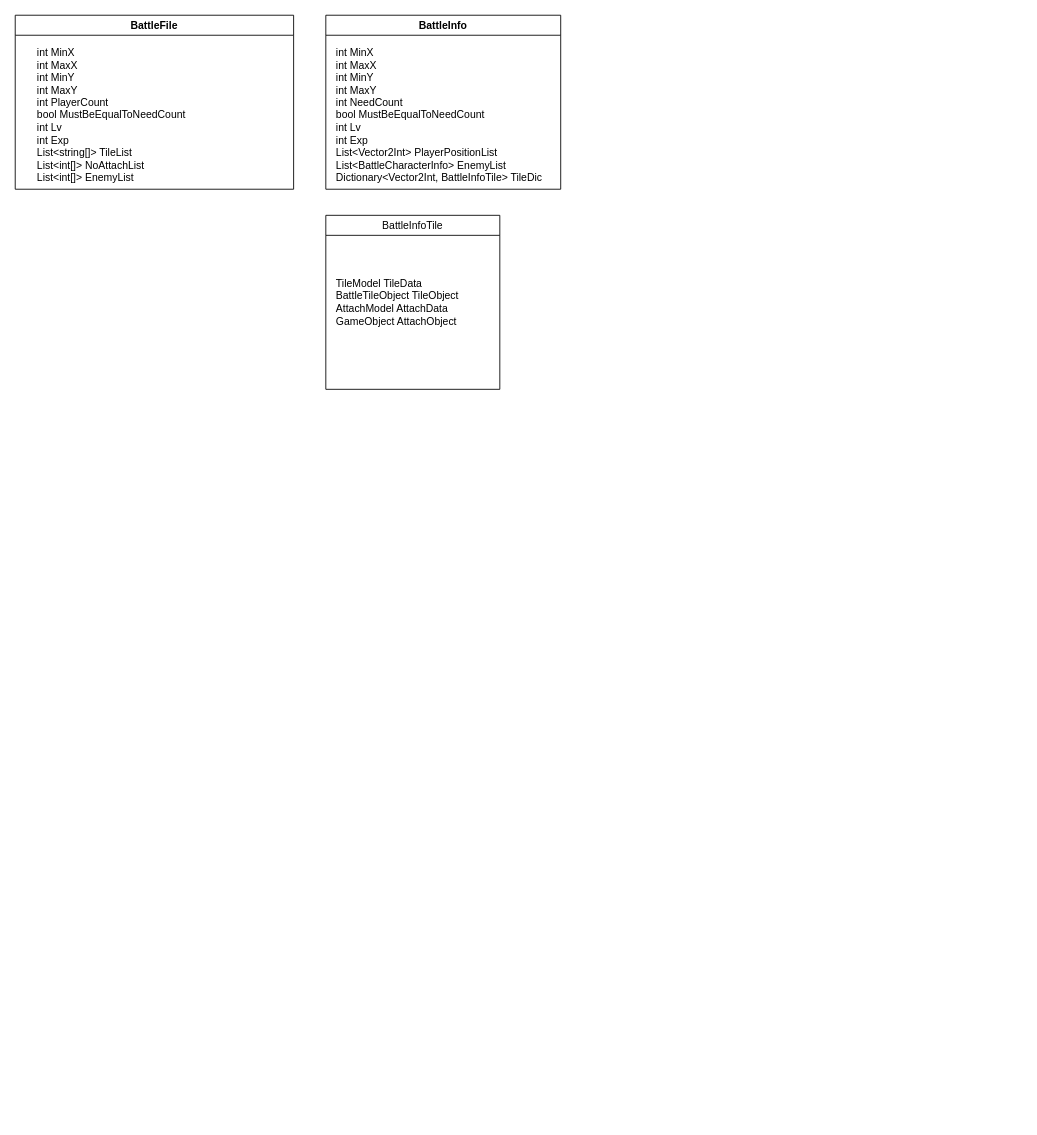
Earlier version of the draw.io diagram Excel/Battle.drawio (a710594/Touhou-Tactics). Source tidied: cells renumbered, new cells numbered last; positions are measured from the earlier drawing's top-left corner, leaving out a move shared by most shapes. Both pictures are drawn from the tidied source at 87%, with x=0, y=0 at pixel (15, 15).
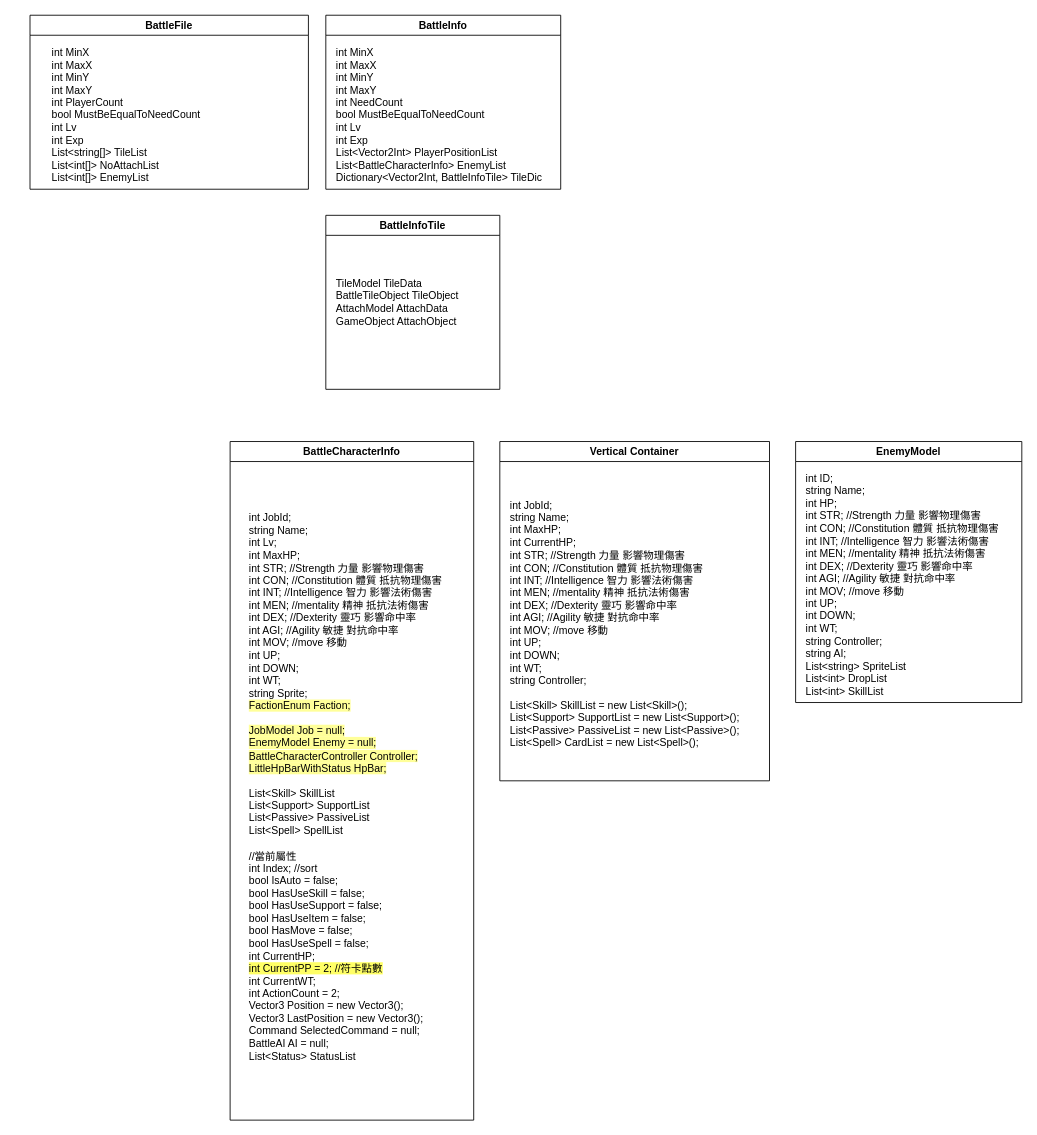
The same page after the edit.

Change to the diagram source:
```diff
@@
 <mxGraphModel>
   <root>
     <mxCell id="0" />
     <mxCell id="1" parent="0" />
     <mxCell id="2" value="BattleFile" style="swimlane;whiteSpace=wrap;html=1;" parent="1" vertex="1">
-      <mxGeometry width="320" height="200" as="geometry" />
+      <mxGeometry x="17" width="320" height="200" as="geometry" />
     </mxCell>
     <mxCell id="3" value="&lt;div&gt;&amp;nbsp; &amp;nbsp; int MinX&lt;/div&gt;&lt;div&gt;&amp;nbsp; &amp;nbsp; int MaxX&lt;/div&gt;&lt;div&gt;&amp;nbsp; &amp;nbsp; int MinY&lt;/div&gt;&lt;div&gt;&amp;nbsp; &amp;nbsp; int MaxY&lt;/div&gt;&lt;div&gt;&amp;nbsp; &amp;nbsp; int PlayerCount&lt;/div&gt;&lt;div&gt;&amp;nbsp; &amp;nbsp; bool MustBeEqualToNeedCount&lt;/div&gt;&lt;div&gt;&amp;nbsp; &amp;nbsp; int Lv&lt;/div&gt;&lt;div&gt;&amp;nbsp; &amp;nbsp; int Exp&lt;/div&gt;&lt;div&gt;&amp;nbsp; &amp;nbsp; List&amp;lt;string[]&amp;gt; TileList&lt;/div&gt;&lt;div&gt;&amp;nbsp; &amp;nbsp; List&amp;lt;int[]&amp;gt; NoAttachList&lt;/div&gt;&lt;div&gt;&amp;nbsp; &amp;nbsp; List&amp;lt;int[]&amp;gt; EnemyList&lt;/div&gt;" style="text;html=1;align=left;verticalAlign=middle;strokeColor=none;fillColor=none;fontFamily=Helvetica;fontSize=12;fontColor=default;fontStyle=0;" parent="2" vertex="1">
       <mxGeometry x="10" y="30" width="210" height="170" as="geometry" />
     </mxCell>
     <mxCell id="4" value="BattleInfo" style="swimlane;whiteSpace=wrap;html=1;strokeColor=default;align=center;verticalAlign=middle;fillColor=default;" parent="1" vertex="1">
       <mxGeometry x="357" width="270" height="200" as="geometry" />
     </mxCell>
     <mxCell id="5" value="&lt;div&gt;int MinX&lt;/div&gt;&lt;div&gt;int MaxX&lt;/div&gt;&lt;div&gt;int MinY&lt;/div&gt;&lt;div&gt;int MaxY&lt;/div&gt;&lt;div&gt;int NeedCount&lt;/div&gt;&lt;div&gt;bool MustBeEqualToNeedCount&lt;/div&gt;&lt;div&gt;int Lv&lt;/div&gt;&lt;div&gt;int Exp&lt;/div&gt;&lt;div&gt;List&amp;lt;Vector2Int&amp;gt; PlayerPositionList&lt;/div&gt;&lt;div&gt;List&amp;lt;BattleCharacterInfo&amp;gt; EnemyList&lt;/div&gt;&lt;div&gt;Dictionary&amp;lt;Vector2Int, BattleInfoTile&amp;gt; TileDic&lt;/div&gt;" style="text;html=1;align=left;verticalAlign=middle;strokeColor=none;fillColor=none;fontFamily=Helvetica;fontSize=12;fontColor=default;fontStyle=0;" parent="4" vertex="1">
       <mxGeometry x="10" y="30" width="260" height="170" as="geometry" />
     </mxCell>
-    <mxCell id="6" value="&lt;span style=&quot;font-weight: 400; text-align: left; text-wrap: nowrap;&quot;&gt;BattleInfoTile&lt;/span&gt;" style="swimlane;whiteSpace=wrap;html=1;strokeColor=default;align=center;verticalAlign=middle;fontFamily=Helvetica;fontSize=12;fontColor=default;fontStyle=1;fillColor=default;" parent="1" vertex="1">
+    <mxCell id="6" value="&lt;span style=&quot;text-align: left; text-wrap: nowrap;&quot;&gt;&lt;b&gt;BattleInfoTile&lt;/b&gt;&lt;/span&gt;" style="swimlane;whiteSpace=wrap;html=1;strokeColor=default;align=center;verticalAlign=middle;fontFamily=Helvetica;fontSize=12;fontColor=default;fontStyle=0;fillColor=default;" parent="1" vertex="1">
       <mxGeometry x="357" y="230" width="200" height="200" as="geometry" />
     </mxCell>
     <mxCell id="7" value="&lt;div&gt;&lt;span style=&quot;background-color: initial;&quot;&gt;TileModel TileData&lt;/span&gt;&lt;br&gt;&lt;/div&gt;&lt;div&gt;BattleTileObject TileObject&lt;/div&gt;&lt;div&gt;AttachModel AttachData&lt;/div&gt;&lt;div&gt;GameObject AttachObject&lt;/div&gt;" style="text;html=1;align=left;verticalAlign=middle;strokeColor=none;fillColor=none;fontFamily=Helvetica;fontSize=12;fontColor=default;fontStyle=0;" parent="6" vertex="1">
       <mxGeometry x="10" y="65" width="160" height="70" as="geometry" />
     </mxCell>
+    <mxCell id="8" value="&lt;span style=&quot;text-wrap: nowrap;&quot;&gt;BattleCharacterInfo&lt;/span&gt;" style="swimlane;whiteSpace=wrap;html=1;" parent="1" vertex="1">
+      <mxGeometry x="247" y="490" width="280" height="780" as="geometry" />
+    </mxCell>
+    <mxCell id="9" value="&lt;div&gt;&lt;br&gt;&lt;/div&gt;&lt;div&gt;int JobId;&lt;/div&gt;&lt;div&gt;string Name;&lt;/div&gt;&lt;div&gt;int Lv;&lt;/div&gt;&lt;div&gt;int MaxHP;&lt;/div&gt;&lt;div&gt;int STR; //Strength 力量 影響物理傷害&lt;/div&gt;&lt;div&gt;int CON; //Constitution 體質 抵抗物理傷害&lt;/div&gt;&lt;div&gt;int INT; //Intelligence 智力 影響法術傷害&lt;/div&gt;&lt;div&gt;int MEN; //mentality 精神 抵抗法術傷害&lt;/div&gt;&lt;div&gt;int DEX; //Dexterity 靈巧 影響命中率&lt;/div&gt;&lt;div&gt;int AGI; //Agility 敏捷 對抗命中率&lt;/div&gt;&lt;div&gt;int MOV; //move 移動&lt;/div&gt;&lt;div&gt;int UP;&lt;/div&gt;&lt;div&gt;int DOWN;&lt;/div&gt;&lt;div&gt;int WT;&lt;/div&gt;&lt;div&gt;string Sprite;&lt;/div&gt;&lt;div&gt;&lt;span style=&quot;background-color: rgb(255, 255, 153);&quot;&gt;FactionEnum Faction;&lt;/span&gt;&lt;/div&gt;&lt;div&gt;&lt;br&gt;&lt;/div&gt;&lt;div&gt;&lt;span style=&quot;background-color: rgb(255, 255, 153);&quot;&gt;JobModel Job = null;&lt;/span&gt;&lt;/div&gt;&lt;div&gt;&lt;span style=&quot;background-color: rgb(255, 255, 153);&quot;&gt;EnemyModel Enemy = null;&lt;/span&gt;&lt;/div&gt;&lt;div&gt;&lt;span style=&quot;background-color: rgb(255, 255, 153);&quot;&gt;BattleCharacterController Controller;&lt;/span&gt;&lt;/div&gt;&lt;div&gt;&lt;span style=&quot;background-color: rgb(255, 255, 153);&quot;&gt;LittleHpBarWithStatus HpBar;&lt;/span&gt;&lt;/div&gt;&lt;div&gt;&lt;br&gt;&lt;/div&gt;&lt;div&gt;List&amp;lt;Skill&amp;gt; SkillList&lt;/div&gt;&lt;div&gt;List&amp;lt;Support&amp;gt; SupportList&lt;/div&gt;&lt;div&gt;List&amp;lt;Passive&amp;gt; PassiveList&lt;/div&gt;&lt;div&gt;List&amp;lt;Spell&amp;gt; SpellList&lt;/div&gt;&lt;div&gt;&lt;br&gt;&lt;/div&gt;&lt;div&gt;//當前屬性&lt;/div&gt;&lt;div&gt;int Index; //sort&lt;/div&gt;&lt;div&gt;bool IsAuto = false;&lt;/div&gt;&lt;div&gt;bool HasUseSkill = false;&lt;/div&gt;&lt;div&gt;bool HasUseSupport = false;&lt;/div&gt;&lt;div&gt;bool HasUseItem = false;&lt;/div&gt;&lt;div&gt;bool HasMove = false;&lt;/div&gt;&lt;div&gt;bool HasUseSpell = false;&lt;/div&gt;&lt;div&gt;int CurrentHP;&lt;/div&gt;&lt;div&gt;&lt;span style=&quot;background-color: rgb(255, 255, 102);&quot;&gt;int CurrentPP = 2; //符卡點數&lt;/span&gt;&lt;/div&gt;&lt;div&gt;int CurrentWT;&lt;/div&gt;&lt;div&gt;int ActionCount = 2;&lt;/div&gt;&lt;div&gt;Vector3 Position = new Vector3();&lt;/div&gt;&lt;div&gt;Vector3 LastPosition = new Vector3();&lt;/div&gt;&lt;div&gt;Command SelectedCommand = null;&amp;nbsp;&lt;/div&gt;&lt;div&gt;BattleAI AI = null;&lt;/div&gt;&lt;div&gt;List&amp;lt;Status&amp;gt; StatusList&lt;/div&gt;" style="text;html=1;align=left;verticalAlign=middle;strokeColor=none;fillColor=none;" parent="8" vertex="1">
+      <mxGeometry x="20" y="60" width="250" height="660" as="geometry" />
+    </mxCell>
+    <mxCell id="10" value="Vertical Container" style="swimlane;whiteSpace=wrap;html=1;" parent="1" vertex="1">
+      <mxGeometry x="557" y="490" width="310" height="390" as="geometry" />
+    </mxCell>
+    <mxCell id="11" value="&lt;div&gt;int JobId;&lt;br&gt;&lt;/div&gt;&lt;div&gt;string Name;&lt;/div&gt;&lt;div&gt;int MaxHP;&lt;/div&gt;&lt;div&gt;int CurrentHP;&lt;/div&gt;&lt;div&gt;int STR; //Strength 力量 影響物理傷害&lt;/div&gt;&lt;div&gt;int CON; //Constitution 體質 抵抗物理傷害&lt;/div&gt;&lt;div&gt;int INT; //Intelligence 智力 影響法術傷害&lt;/div&gt;&lt;div&gt;int MEN; //mentality 精神 抵抗法術傷害&lt;/div&gt;&lt;div&gt;int DEX; //Dexterity 靈巧 影響命中率&lt;/div&gt;&lt;div&gt;int AGI; //Agility 敏捷 對抗命中率&lt;/div&gt;&lt;div&gt;int MOV; //move 移動&lt;/div&gt;&lt;div&gt;int UP;&lt;/div&gt;&lt;div&gt;int DOWN;&lt;/div&gt;&lt;div&gt;int WT;&lt;/div&gt;&lt;div&gt;string Controller;&lt;/div&gt;&lt;div&gt;&lt;br&gt;&lt;/div&gt;&lt;div&gt;List&amp;lt;Skill&amp;gt; SkillList = new List&amp;lt;Skill&amp;gt;();&lt;/div&gt;&lt;div&gt;List&amp;lt;Support&amp;gt; SupportList = new List&amp;lt;Support&amp;gt;();&lt;/div&gt;&lt;div&gt;List&amp;lt;Passive&amp;gt; PassiveList = new List&amp;lt;Passive&amp;gt;();&lt;/div&gt;&lt;div&gt;List&amp;lt;Spell&amp;gt; CardList = new List&amp;lt;Spell&amp;gt;();&lt;/div&gt;" style="text;html=1;align=left;verticalAlign=middle;strokeColor=none;fillColor=none;" parent="10" vertex="1">
+      <mxGeometry x="10" y="60" width="290" height="300" as="geometry" />
+    </mxCell>
+    <mxCell id="12" value="EnemyModel" style="swimlane;whiteSpace=wrap;html=1;" parent="1" vertex="1">
+      <mxGeometry x="897" y="490" width="260" height="300" as="geometry" />
+    </mxCell>
+    <mxCell id="13" value="&lt;div&gt;int ID;&lt;/div&gt;&lt;div&gt;string Name;&lt;/div&gt;&lt;div&gt;int HP;&lt;/div&gt;&lt;div&gt;int STR; //Strength 力量 影響物理傷害&lt;/div&gt;&lt;div&gt;int CON; //Constitution 體質 抵抗物理傷害&lt;/div&gt;&lt;div&gt;int INT; //Intelligence 智力 影響法術傷害&lt;/div&gt;&lt;div&gt;int MEN; //mentality 精神 抵抗法術傷害&lt;/div&gt;&lt;div&gt;int DEX; //Dexterity 靈巧 影響命中率&lt;/div&gt;&lt;div&gt;int AGI; //Agility 敏捷 對抗命中率&lt;/div&gt;&lt;div&gt;int MOV; //move 移動&lt;/div&gt;&lt;div&gt;int UP;&lt;/div&gt;&lt;div&gt;int DOWN;&lt;/div&gt;&lt;div&gt;int WT;&lt;/div&gt;&lt;div&gt;string Controller;&lt;/div&gt;&lt;div&gt;string AI;&lt;/div&gt;&lt;div&gt;List&amp;lt;string&amp;gt; SpriteList&lt;/div&gt;&lt;div&gt;List&amp;lt;int&amp;gt; DropList&lt;/div&gt;&lt;div&gt;List&amp;lt;int&amp;gt; SkillList&lt;/div&gt;" style="text;html=1;align=left;verticalAlign=middle;strokeColor=none;fillColor=none;" parent="12" vertex="1">
+      <mxGeometry x="10" y="30" width="250" height="270" as="geometry" />
+    </mxCell>
   </root>
 </mxGraphModel>
```
